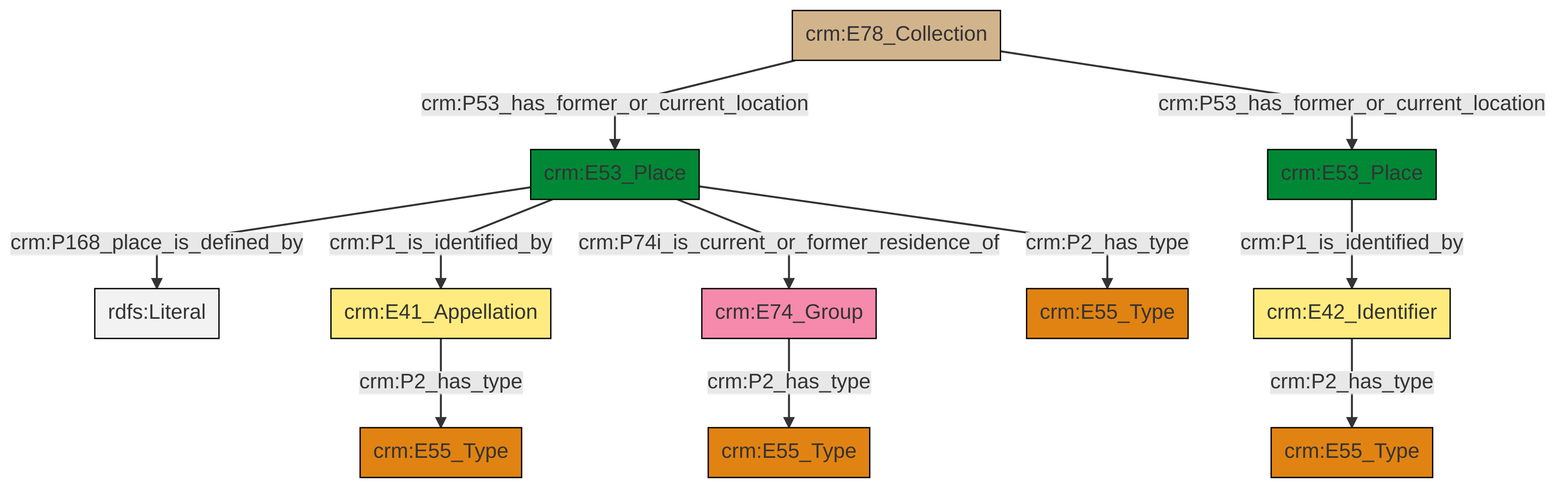
The Mermaid diagram et/archivalCSV/ttl/mmd/png/archival_location.png in swiss-art-research-net/docs.swissartresearch, before a commit. Its source is kept beside it as et/archivalCSV/ttl/mmd/archival_location.ttl.mmd.
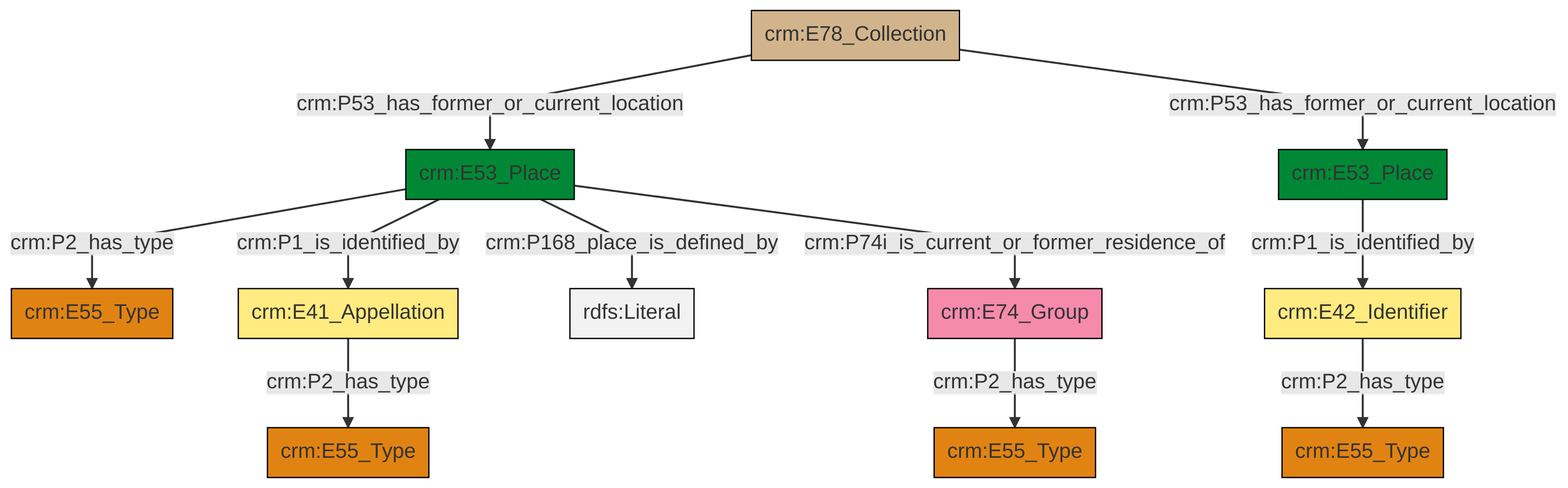
The same diagram one commit later.

The edit, as a diff of the source:
```diff
@@ -13,13 +13,13 @@
 classDef PC_Classes fill:#4ce600, stroke:#000000;
 classDef Multi fill:#cccccc,stroke:#000000;
 
-6["crm:E78_Collection"]:::Physical_Thing -->|crm:P53_has_former_or_current_location| 7["crm:E53_Place"]:::Place
-14["crm:E42_Identifier"]:::Appellation -->|crm:P2_has_type| 15["crm:E55_Type"]:::Type
-7["crm:E53_Place"]:::Place -->|crm:P168_place_is_defined_by| 19[rdfs:Literal]:::Literal
-7["crm:E53_Place"]:::Place -->|crm:P1_is_identified_by| 8["crm:E41_Appellation"]:::Appellation
-7["crm:E53_Place"]:::Place -->|crm:P74i_is_current_or_former_residence_of| 2["crm:E74_Group"]:::Actor
-2["crm:E74_Group"]:::Actor -->|crm:P2_has_type| 4["crm:E55_Type"]:::Type
-7["crm:E53_Place"]:::Place -->|crm:P2_has_type| 0["crm:E55_Type"]:::Type
-6["crm:E78_Collection"]:::Physical_Thing -->|crm:P53_has_former_or_current_location| 16["crm:E53_Place"]:::Place
-8["crm:E41_Appellation"]:::Appellation -->|crm:P2_has_type| 10["crm:E55_Type"]:::Type
-16["crm:E53_Place"]:::Place -->|crm:P1_is_identified_by| 14["crm:E42_Identifier"]:::Appellation
+0["crm:E53_Place"]:::Place -->|crm:P1_is_identified_by| 1["crm:E42_Identifier"]:::Appellation
+2["crm:E53_Place"]:::Place -->|crm:P2_has_type| 3["crm:E55_Type"]:::Type
+4["crm:E78_Collection"]:::Physical_Thing -->|crm:P53_has_former_or_current_location| 2["crm:E53_Place"]:::Place
+4["crm:E78_Collection"]:::Physical_Thing -->|crm:P53_has_former_or_current_location| 0["crm:E53_Place"]:::Place
+9["crm:E74_Group"]:::Actor -->|crm:P2_has_type| 10["crm:E55_Type"]:::Type
+11["crm:E41_Appellation"]:::Appellation -->|crm:P2_has_type| 5["crm:E55_Type"]:::Type
+2["crm:E53_Place"]:::Place -->|crm:P1_is_identified_by| 11["crm:E41_Appellation"]:::Appellation
+1["crm:E42_Identifier"]:::Appellation -->|crm:P2_has_type| 15["crm:E55_Type"]:::Type
+2["crm:E53_Place"]:::Place -->|crm:P168_place_is_defined_by| 23[rdfs:Literal]:::Literal
+2["crm:E53_Place"]:::Place -->|crm:P74i_is_current_or_former_residence_of| 9["crm:E74_Group"]:::Actor
```
